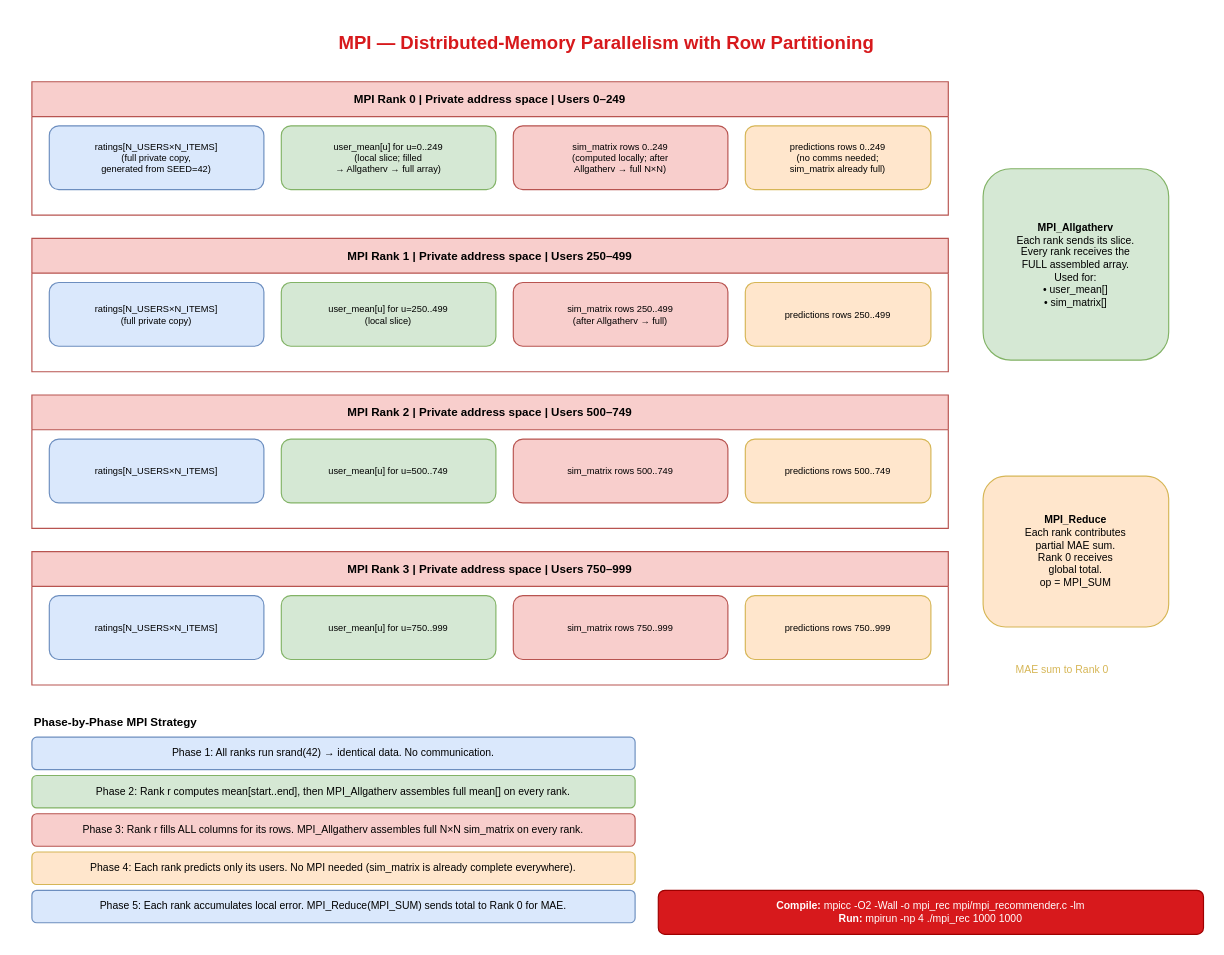
Before: analysis_diagrams/drawio/diagram_04_mpi.drawio in Ashfaq-Riyaldeen/hpc-mine, a draw.io diagram. Source tidied: cells renumbered, new cells numbered last; positions are measured from the earlier drawing's top-left corner, leaving out a move shared by most shapes. Both pictures are drawn from the tidied source at 116%, with x=0, y=0 at pixel (31, 23).
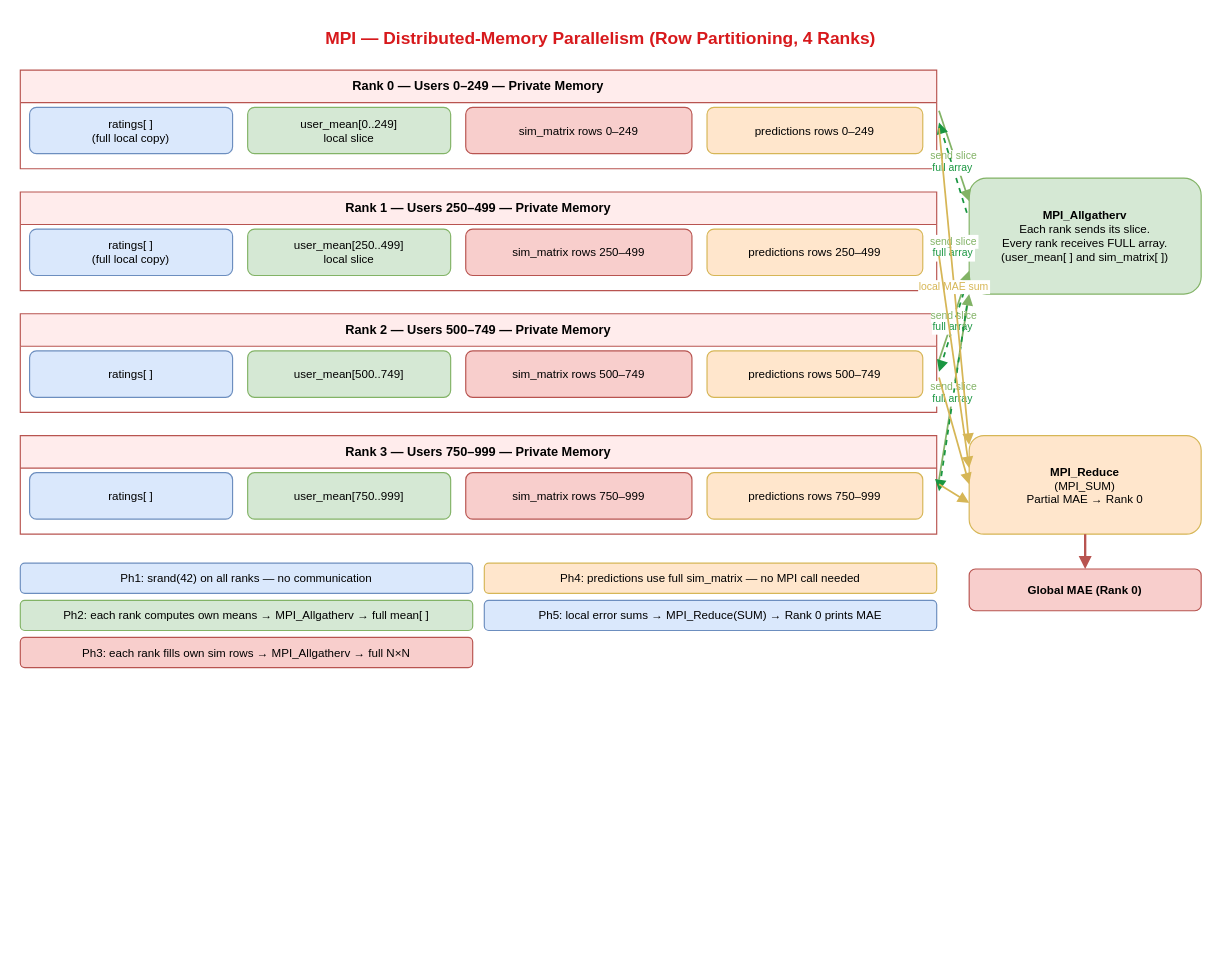
The same page after the edit.

What changed in the source:
```diff
@@
-    <mxCell id="2" value="MPI — Distributed-Memory Parallelism with Row Partitioning" style="text;html=1;strokeColor=none;fillColor=none;align=center;fontStyle=1;fontSize=16;fontColor=#d7191c;" parent="1" vertex="1">
-      <mxGeometry x="120" width="750" height="35" as="geometry" />
-    </mxCell>
-    <mxCell id="3" value="&lt;b&gt;MPI Rank 0  |  Private address space  |  Users 0–249&lt;/b&gt;" style="swimlane;startSize=30;whiteSpace=wrap;html=1;fillColor=#f8cecc;strokeColor=#b85450;fontSize=10;fontStyle=1;" parent="1" vertex="1">
-      <mxGeometry y="50" width="790" height="115" as="geometry" />
-    </mxCell>
-    <mxCell id="4" value="ratings[N_USERS×N_ITEMS]&lt;br&gt;(full private copy,&lt;br&gt;generated from SEED=42)" style="rounded=1;whiteSpace=wrap;html=1;fillColor=#dae8fc;strokeColor=#6c8ebf;fontSize=8;" parent="3" vertex="1">
-      <mxGeometry x="15" y="38" width="185" height="55" as="geometry" />
-    </mxCell>
-    <mxCell id="5" value="user_mean[u] for u=0..249&lt;br&gt;(local slice; filled&lt;br&gt;→ Allgatherv → full array)" style="rounded=1;whiteSpace=wrap;html=1;fillColor=#d5e8d4;strokeColor=#82b366;fontSize=8;" parent="3" vertex="1">
-      <mxGeometry x="215" y="38" width="185" height="55" as="geometry" />
-    </mxCell>
-    <mxCell id="6" value="sim_matrix rows 0..249&lt;br&gt;(computed locally; after&lt;br&gt;Allgatherv → full N×N)" style="rounded=1;whiteSpace=wrap;html=1;fillColor=#f8cecc;strokeColor=#b85450;fontSize=8;" parent="3" vertex="1">
-      <mxGeometry x="415" y="38" width="185" height="55" as="geometry" />
-    </mxCell>
-    <mxCell id="7" value="predictions rows 0..249&lt;br&gt;(no comms needed;&lt;br&gt;sim_matrix already full)" style="rounded=1;whiteSpace=wrap;html=1;fillColor=#ffe6cc;strokeColor=#d6b656;fontSize=8;" parent="3" vertex="1">
-      <mxGeometry x="615" y="38" width="160" height="55" as="geometry" />
-    </mxCell>
-    <mxCell id="8" value="&lt;b&gt;MPI Rank 1  |  Private address space  |  Users 250–499&lt;/b&gt;" style="swimlane;startSize=30;whiteSpace=wrap;html=1;fillColor=#f8cecc;strokeColor=#b85450;fontSize=10;fontStyle=1;" parent="1" vertex="1">
-      <mxGeometry y="185" width="790" height="115" as="geometry" />
-    </mxCell>
-    <mxCell id="9" value="ratings[N_USERS×N_ITEMS]&lt;br&gt;(full private copy)" style="rounded=1;whiteSpace=wrap;html=1;fillColor=#dae8fc;strokeColor=#6c8ebf;fontSize=8;" parent="8" vertex="1">
-      <mxGeometry x="15" y="38" width="185" height="55" as="geometry" />
-    </mxCell>
-    <mxCell id="10" value="user_mean[u] for u=250..499&lt;br&gt;(local slice)" style="rounded=1;whiteSpace=wrap;html=1;fillColor=#d5e8d4;strokeColor=#82b366;fontSize=8;" parent="8" vertex="1">
-      <mxGeometry x="215" y="38" width="185" height="55" as="geometry" />
-    </mxCell>
-    <mxCell id="11" value="sim_matrix rows 250..499&lt;br&gt;(after Allgatherv → full)" style="rounded=1;whiteSpace=wrap;html=1;fillColor=#f8cecc;strokeColor=#b85450;fontSize=8;" parent="8" vertex="1">
-      <mxGeometry x="415" y="38" width="185" height="55" as="geometry" />
-    </mxCell>
-    <mxCell id="12" value="predictions rows 250..499" style="rounded=1;whiteSpace=wrap;html=1;fillColor=#ffe6cc;strokeColor=#d6b656;fontSize=8;" parent="8" vertex="1">
-      <mxGeometry x="615" y="38" width="160" height="55" as="geometry" />
-    </mxCell>
-    <mxCell id="13" value="&lt;b&gt;MPI Rank 2  |  Private address space  |  Users 500–749&lt;/b&gt;" style="swimlane;startSize=30;whiteSpace=wrap;html=1;fillColor=#f8cecc;strokeColor=#b85450;fontSize=10;fontStyle=1;" parent="1" vertex="1">
-      <mxGeometry y="320" width="790" height="115" as="geometry" />
-    </mxCell>
-    <mxCell id="14" value="ratings[N_USERS×N_ITEMS]" style="rounded=1;whiteSpace=wrap;html=1;fillColor=#dae8fc;strokeColor=#6c8ebf;fontSize=8;" parent="13" vertex="1">
-      <mxGeometry x="15" y="38" width="185" height="55" as="geometry" />
-    </mxCell>
-    <mxCell id="15" value="user_mean[u] for u=500..749" style="rounded=1;whiteSpace=wrap;html=1;fillColor=#d5e8d4;strokeColor=#82b366;fontSize=8;" parent="13" vertex="1">
-      <mxGeometry x="215" y="38" width="185" height="55" as="geometry" />
-    </mxCell>
-    <mxCell id="16" value="sim_matrix rows 500..749" style="rounded=1;whiteSpace=wrap;html=1;fillColor=#f8cecc;strokeColor=#b85450;fontSize=8;" parent="13" vertex="1">
-      <mxGeometry x="415" y="38" width="185" height="55" as="geometry" />
-    </mxCell>
-    <mxCell id="17" value="predictions rows 500..749" style="rounded=1;whiteSpace=wrap;html=1;fillColor=#ffe6cc;strokeColor=#d6b656;fontSize=8;" parent="13" vertex="1">
-      <mxGeometry x="615" y="38" width="160" height="55" as="geometry" />
-    </mxCell>
-    <mxCell id="18" value="&lt;b&gt;MPI Rank 3  |  Private address space  |  Users 750–999&lt;/b&gt;" style="swimlane;startSize=30;whiteSpace=wrap;html=1;fillColor=#f8cecc;strokeColor=#b85450;fontSize=10;fontStyle=1;" parent="1" vertex="1">
-      <mxGeometry y="455" width="790" height="115" as="geometry" />
-    </mxCell>
-    <mxCell id="19" value="ratings[N_USERS×N_ITEMS]" style="rounded=1;whiteSpace=wrap;html=1;fillColor=#dae8fc;strokeColor=#6c8ebf;fontSize=8;" parent="18" vertex="1">
-      <mxGeometry x="15" y="38" width="185" height="55" as="geometry" />
-    </mxCell>
-    <mxCell id="20" value="user_mean[u] for u=750..999" style="rounded=1;whiteSpace=wrap;html=1;fillColor=#d5e8d4;strokeColor=#82b366;fontSize=8;" parent="18" vertex="1">
-      <mxGeometry x="215" y="38" width="185" height="55" as="geometry" />
-    </mxCell>
-    <mxCell id="21" value="sim_matrix rows 750..999" style="rounded=1;whiteSpace=wrap;html=1;fillColor=#f8cecc;strokeColor=#b85450;fontSize=8;" parent="18" vertex="1">
-      <mxGeometry x="415" y="38" width="185" height="55" as="geometry" />
-    </mxCell>
-    <mxCell id="22" value="predictions rows 750..999" style="rounded=1;whiteSpace=wrap;html=1;fillColor=#ffe6cc;strokeColor=#d6b656;fontSize=8;" parent="18" vertex="1">
-      <mxGeometry x="615" y="38" width="160" height="55" as="geometry" />
-    </mxCell>
-    <mxCell id="23" value="&lt;b&gt;MPI_Allgatherv&lt;/b&gt;&lt;br&gt;Each rank sends its slice.&lt;br&gt;Every rank receives the&lt;br&gt;FULL assembled array.&lt;br&gt;Used for:&lt;br&gt;• user_mean[]&lt;br&gt;• sim_matrix[]" style="rounded=1;whiteSpace=wrap;html=1;fillColor=#d5e8d4;strokeColor=#82b366;fontSize=9;" parent="1" vertex="1">
-      <mxGeometry x="820" y="125" width="160" height="165" as="geometry" />
-    </mxCell>
-    <mxCell id="24" value="&lt;b&gt;MPI_Reduce&lt;/b&gt;&lt;br&gt;Each rank contributes&lt;br&gt;partial MAE sum.&lt;br&gt;Rank 0 receives&lt;br&gt;global total.&lt;br&gt;op = MPI_SUM" style="rounded=1;whiteSpace=wrap;html=1;fillColor=#ffe6cc;strokeColor=#d6b656;fontSize=9;" parent="1" vertex="1">
-      <mxGeometry x="820" y="390" width="160" height="130" as="geometry" />
-    </mxCell>
-    <mxCell id="25" style="startArrow=block;startFill=1;endArrow=block;endFill=1;strokeColor=#82b366;strokeWidth=2;" parent="1" edge="1">
-      <mxGeometry x="850" y="200" as="geometry">
-        <Array as="points">
-          <mxPoint x="810" y="165" />
-          <mxPoint x="810" y="380" />
-        </Array>
-      </mxGeometry>
-    </mxCell>
-    <mxCell id="26" style="startArrow=none;endArrow=block;endFill=1;strokeColor=#d6b656;strokeWidth=2;dashed=1;" parent="1" edge="1">
-      <mxGeometry x="850" y="500" as="geometry">
-        <Array as="points">
-          <mxPoint x="810" y="515" />
-          <mxPoint x="810" y="115" />
-        </Array>
-      </mxGeometry>
-    </mxCell>
-    <mxCell id="27" value="MAE sum to Rank 0" style="text;html=1;fontSize=9;fontColor=#d6b656;align=center;" parent="1" vertex="1">
-      <mxGeometry x="815" y="545" width="145" height="20" as="geometry" />
-    </mxCell>
-    <mxCell id="28" value="&lt;b&gt;Phase-by-Phase MPI Strategy&lt;/b&gt;" style="text;html=1;fontStyle=1;fontSize=10;" parent="1" vertex="1">
-      <mxGeometry y="590" width="300" height="20" as="geometry" />
-    </mxCell>
-    <mxCell id="29" value="Phase 1: All ranks run srand(42) → identical data. No communication." style="rounded=1;whiteSpace=wrap;html=1;fillColor=#dae8fc;strokeColor=#6c8ebf;fontSize=9;" parent="1" vertex="1">
-      <mxGeometry y="615" width="520" height="28" as="geometry" />
-    </mxCell>
-    <mxCell id="30" value="Phase 2: Rank r computes mean[start..end], then MPI_Allgatherv assembles full mean[] on every rank." style="rounded=1;whiteSpace=wrap;html=1;fillColor=#d5e8d4;strokeColor=#82b366;fontSize=9;" parent="1" vertex="1">
-      <mxGeometry y="648" width="520" height="28" as="geometry" />
-    </mxCell>
-    <mxCell id="31" value="Phase 3: Rank r fills ALL columns for its rows. MPI_Allgatherv assembles full N×N sim_matrix on every rank." style="rounded=1;whiteSpace=wrap;html=1;fillColor=#f8cecc;strokeColor=#b85450;fontSize=9;" parent="1" vertex="1">
-      <mxGeometry y="681" width="520" height="28" as="geometry" />
-    </mxCell>
-    <mxCell id="32" value="Phase 4: Each rank predicts only its users. No MPI needed (sim_matrix is already complete everywhere)." style="rounded=1;whiteSpace=wrap;html=1;fillColor=#ffe6cc;strokeColor=#d6b656;fontSize=9;" parent="1" vertex="1">
-      <mxGeometry y="714" width="520" height="28" as="geometry" />
-    </mxCell>
-    <mxCell id="33" value="Phase 5: Each rank accumulates local error. MPI_Reduce(MPI_SUM) sends total to Rank 0 for MAE." style="rounded=1;whiteSpace=wrap;html=1;fillColor=#dae8fc;strokeColor=#6c8ebf;fontSize=9;" parent="1" vertex="1">
-      <mxGeometry y="747" width="520" height="28" as="geometry" />
-    </mxCell>
-    <mxCell id="34" value="&lt;b&gt;Compile:&lt;/b&gt;  mpicc -O2 -Wall -o mpi_rec mpi/mpi_recommender.c -lm&lt;br&gt;&lt;b&gt;Run:&lt;/b&gt;  mpirun -np 4 ./mpi_rec 1000 1000" style="rounded=1;whiteSpace=wrap;html=1;fillColor=#d7191c;strokeColor=#9e0000;fontColor=#ffffff;fontSize=9;" parent="1" vertex="1">
-      <mxGeometry x="540" y="747" width="470" height="38" as="geometry" />
-    </mxCell>
+    <mxCell id="35" value="MPI — Distributed-Memory Parallelism (Row Partitioning, 4 Ranks)" style="text;html=1;align=center;fontStyle=1;fontSize=15;fontColor=#d7191c;" parent="1" vertex="1">
+      <mxGeometry x="90" y="-3" width="800" height="30" as="geometry" />
+    </mxCell>
+    <mxCell id="36" value="Rank 0 — Users 0–249 — Private Memory" style="swimlane;startSize=28;whiteSpace=wrap;html=1;fillColor=#ffecec;strokeColor=#b85450;fontSize=11;fontStyle=1;" parent="1" vertex="1">
+      <mxGeometry x="-10" y="40" width="790" height="85" as="geometry" />
+    </mxCell>
+    <mxCell id="37" value="ratings[ ]&lt;br&gt;(full local copy)" style="rounded=1;whiteSpace=wrap;html=1;fillColor=#dae8fc;strokeColor=#6c8ebf;fontSize=10;" parent="36" vertex="1">
+      <mxGeometry x="8" y="32" width="175" height="40" as="geometry" />
+    </mxCell>
+    <mxCell id="38" value="user_mean[0..249]&lt;br&gt;local slice" style="rounded=1;whiteSpace=wrap;html=1;fillColor=#d5e8d4;strokeColor=#82b366;fontSize=10;" parent="36" vertex="1">
+      <mxGeometry x="196" y="32" width="175" height="40" as="geometry" />
+    </mxCell>
+    <mxCell id="39" value="sim_matrix rows 0–249" style="rounded=1;whiteSpace=wrap;html=1;fillColor=#f8cecc;strokeColor=#b85450;fontSize=10;" parent="36" vertex="1">
+      <mxGeometry x="384" y="32" width="195" height="40" as="geometry" />
+    </mxCell>
+    <mxCell id="40" value="predictions rows 0–249" style="rounded=1;whiteSpace=wrap;html=1;fillColor=#ffe6cc;strokeColor=#d6b656;fontSize=10;" parent="36" vertex="1">
+      <mxGeometry x="592" y="32" width="186" height="40" as="geometry" />
+    </mxCell>
+    <mxCell id="41" value="Rank 1 — Users 250–499 — Private Memory" style="swimlane;startSize=28;whiteSpace=wrap;html=1;fillColor=#ffecec;strokeColor=#b85450;fontSize=11;fontStyle=1;" parent="1" vertex="1">
+      <mxGeometry x="-10" y="145" width="790" height="85" as="geometry" />
+    </mxCell>
+    <mxCell id="42" value="ratings[ ]&lt;br&gt;(full local copy)" style="rounded=1;whiteSpace=wrap;html=1;fillColor=#dae8fc;strokeColor=#6c8ebf;fontSize=10;" parent="41" vertex="1">
+      <mxGeometry x="8" y="32" width="175" height="40" as="geometry" />
+    </mxCell>
+    <mxCell id="43" value="user_mean[250..499]&lt;br&gt;local slice" style="rounded=1;whiteSpace=wrap;html=1;fillColor=#d5e8d4;strokeColor=#82b366;fontSize=10;" parent="41" vertex="1">
+      <mxGeometry x="196" y="32" width="175" height="40" as="geometry" />
+    </mxCell>
+    <mxCell id="44" value="sim_matrix rows 250–499" style="rounded=1;whiteSpace=wrap;html=1;fillColor=#f8cecc;strokeColor=#b85450;fontSize=10;" parent="41" vertex="1">
+      <mxGeometry x="384" y="32" width="195" height="40" as="geometry" />
+    </mxCell>
+    <mxCell id="45" value="predictions rows 250–499" style="rounded=1;whiteSpace=wrap;html=1;fillColor=#ffe6cc;strokeColor=#d6b656;fontSize=10;" parent="41" vertex="1">
+      <mxGeometry x="592" y="32" width="186" height="40" as="geometry" />
+    </mxCell>
+    <mxCell id="46" value="Rank 2 — Users 500–749 — Private Memory" style="swimlane;startSize=28;whiteSpace=wrap;html=1;fillColor=#ffecec;strokeColor=#b85450;fontSize=11;fontStyle=1;" parent="1" vertex="1">
+      <mxGeometry x="-10" y="250" width="790" height="85" as="geometry" />
+    </mxCell>
+    <mxCell id="47" value="ratings[ ]" style="rounded=1;whiteSpace=wrap;html=1;fillColor=#dae8fc;strokeColor=#6c8ebf;fontSize=10;" parent="46" vertex="1">
+      <mxGeometry x="8" y="32" width="175" height="40" as="geometry" />
+    </mxCell>
+    <mxCell id="48" value="user_mean[500..749]" style="rounded=1;whiteSpace=wrap;html=1;fillColor=#d5e8d4;strokeColor=#82b366;fontSize=10;" parent="46" vertex="1">
+      <mxGeometry x="196" y="32" width="175" height="40" as="geometry" />
+    </mxCell>
+    <mxCell id="49" value="sim_matrix rows 500–749" style="rounded=1;whiteSpace=wrap;html=1;fillColor=#f8cecc;strokeColor=#b85450;fontSize=10;" parent="46" vertex="1">
+      <mxGeometry x="384" y="32" width="195" height="40" as="geometry" />
+    </mxCell>
+    <mxCell id="50" value="predictions rows 500–749" style="rounded=1;whiteSpace=wrap;html=1;fillColor=#ffe6cc;strokeColor=#d6b656;fontSize=10;" parent="46" vertex="1">
+      <mxGeometry x="592" y="32" width="186" height="40" as="geometry" />
+    </mxCell>
+    <mxCell id="51" value="Rank 3 — Users 750–999 — Private Memory" style="swimlane;startSize=28;whiteSpace=wrap;html=1;fillColor=#ffecec;strokeColor=#b85450;fontSize=11;fontStyle=1;" parent="1" vertex="1">
+      <mxGeometry x="-10" y="355" width="790" height="85" as="geometry" />
+    </mxCell>
+    <mxCell id="52" value="ratings[ ]" style="rounded=1;whiteSpace=wrap;html=1;fillColor=#dae8fc;strokeColor=#6c8ebf;fontSize=10;" parent="51" vertex="1">
+      <mxGeometry x="8" y="32" width="175" height="40" as="geometry" />
+    </mxCell>
+    <mxCell id="53" value="user_mean[750..999]" style="rounded=1;whiteSpace=wrap;html=1;fillColor=#d5e8d4;strokeColor=#82b366;fontSize=10;" parent="51" vertex="1">
+      <mxGeometry x="196" y="32" width="175" height="40" as="geometry" />
+    </mxCell>
+    <mxCell id="54" value="sim_matrix rows 750–999" style="rounded=1;whiteSpace=wrap;html=1;fillColor=#f8cecc;strokeColor=#b85450;fontSize=10;" parent="51" vertex="1">
+      <mxGeometry x="384" y="32" width="195" height="40" as="geometry" />
+    </mxCell>
+    <mxCell id="55" value="predictions rows 750–999" style="rounded=1;whiteSpace=wrap;html=1;fillColor=#ffe6cc;strokeColor=#d6b656;fontSize=10;" parent="51" vertex="1">
+      <mxGeometry x="592" y="32" width="186" height="40" as="geometry" />
+    </mxCell>
+    <mxCell id="56" value="&lt;b&gt;MPI_Allgatherv&lt;/b&gt;&lt;br&gt;Each rank sends its slice.&lt;br&gt;Every rank receives FULL array.&lt;br&gt;(user_mean[ ] and sim_matrix[ ])" style="rounded=1;whiteSpace=wrap;html=1;fillColor=#d5e8d4;strokeColor=#82b366;fontSize=10;" parent="1" vertex="1">
+      <mxGeometry x="808" y="133" width="200" height="100" as="geometry" />
+    </mxCell>
+    <mxCell id="57" value="&lt;b&gt;MPI_Reduce&lt;/b&gt;&lt;br&gt;(MPI_SUM)&lt;br&gt;Partial MAE → Rank 0" style="rounded=1;whiteSpace=wrap;html=1;fillColor=#ffe6cc;strokeColor=#d6b656;fontSize=10;" parent="1" vertex="1">
+      <mxGeometry x="808" y="355" width="200" height="85" as="geometry" />
+    </mxCell>
+    <mxCell id="58" value="send slice" style="startArrow=none;endArrow=block;endFill=1;strokeWidth=1.5;strokeColor=#82b366;fontSize=9;fontColor=#82b366;align=center;" parent="1" edge="1">
+      <mxGeometry relative="1" as="geometry">
+        <mxPoint x="782" y="75" as="sourcePoint" />
+        <mxPoint x="808" y="153" as="targetPoint" />
+      </mxGeometry>
+    </mxCell>
+    <mxCell id="59" value="full array" style="startArrow=none;endArrow=block;endFill=1;strokeWidth=1.5;strokeColor=#1a9641;strokeDashArray=6 3;dashed=1;fontSize=9;fontColor=#1a9641;align=center;" parent="1" edge="1">
+      <mxGeometry relative="1" as="geometry">
+        <mxPoint x="806" y="163" as="sourcePoint" />
+        <mxPoint x="782" y="85" as="targetPoint" />
+      </mxGeometry>
+    </mxCell>
+    <mxCell id="60" value="send slice" style="startArrow=none;endArrow=block;endFill=1;strokeWidth=1.5;strokeColor=#82b366;fontSize=9;fontColor=#82b366;" parent="1" edge="1">
+      <mxGeometry relative="1" as="geometry">
+        <mxPoint x="782" y="185" as="sourcePoint" />
+        <mxPoint x="808" y="190" as="targetPoint" />
+      </mxGeometry>
+    </mxCell>
+    <mxCell id="61" value="full array" style="startArrow=none;endArrow=block;endFill=1;strokeWidth=1.5;strokeColor=#1a9641;dashed=1;fontSize=9;fontColor=#1a9641;" parent="1" edge="1">
+      <mxGeometry relative="1" as="geometry">
+        <mxPoint x="806" y="200" as="sourcePoint" />
+        <mxPoint x="782" y="195" as="targetPoint" />
+      </mxGeometry>
+    </mxCell>
+    <mxCell id="62" value="send slice" style="startArrow=none;endArrow=block;endFill=1;strokeWidth=1.5;strokeColor=#82b366;fontSize=9;fontColor=#82b366;" parent="1" edge="1">
+      <mxGeometry relative="1" as="geometry">
+        <mxPoint x="782" y="290" as="sourcePoint" />
+        <mxPoint x="808" y="213" as="targetPoint" />
+      </mxGeometry>
+    </mxCell>
+    <mxCell id="63" value="full array" style="startArrow=none;endArrow=block;endFill=1;strokeWidth=1.5;strokeColor=#1a9641;dashed=1;fontSize=9;fontColor=#1a9641;" parent="1" edge="1">
+      <mxGeometry relative="1" as="geometry">
+        <mxPoint x="806" y="223" as="sourcePoint" />
+        <mxPoint x="782" y="300" as="targetPoint" />
+      </mxGeometry>
+    </mxCell>
+    <mxCell id="64" value="send slice" style="startArrow=none;endArrow=block;endFill=1;strokeWidth=1.5;strokeColor=#82b366;fontSize=9;fontColor=#82b366;" parent="1" edge="1">
+      <mxGeometry relative="1" as="geometry">
+        <mxPoint x="782" y="393" as="sourcePoint" />
+        <mxPoint x="808" y="233" as="targetPoint" />
+      </mxGeometry>
+    </mxCell>
+    <mxCell id="65" value="full array" style="startArrow=none;endArrow=block;endFill=1;strokeWidth=1.5;strokeColor=#1a9641;dashed=1;fontSize=9;fontColor=#1a9641;" parent="1" edge="1">
+      <mxGeometry relative="1" as="geometry">
+        <mxPoint x="806" y="243" as="sourcePoint" />
+        <mxPoint x="782" y="403" as="targetPoint" />
+      </mxGeometry>
+    </mxCell>
+    <mxCell id="66" value="local MAE sum" style="startArrow=none;endArrow=block;endFill=1;strokeWidth=1.5;strokeColor=#d6b656;fontSize=9;fontColor=#d6b656;" parent="1" edge="1">
+      <mxGeometry relative="1" as="geometry">
+        <mxPoint x="782" y="90" as="sourcePoint" />
+        <mxPoint x="808" y="363" as="targetPoint" />
+      </mxGeometry>
+    </mxCell>
+    <mxCell id="67" style="startArrow=none;endArrow=block;endFill=1;strokeWidth=1.5;strokeColor=#d6b656;" parent="1" edge="1">
+      <mxGeometry relative="1" as="geometry">
+        <mxPoint x="782" y="200" as="sourcePoint" />
+        <mxPoint x="808" y="383" as="targetPoint" />
+      </mxGeometry>
+    </mxCell>
+    <mxCell id="68" style="startArrow=none;endArrow=block;endFill=1;strokeWidth=1.5;strokeColor=#d6b656;" parent="1" edge="1">
+      <mxGeometry relative="1" as="geometry">
+        <mxPoint x="782" y="305" as="sourcePoint" />
+        <mxPoint x="808" y="397" as="targetPoint" />
+      </mxGeometry>
+    </mxCell>
+    <mxCell id="69" style="startArrow=none;endArrow=block;endFill=1;strokeWidth=1.5;strokeColor=#d6b656;" parent="1" edge="1">
+      <mxGeometry relative="1" as="geometry">
+        <mxPoint x="782" y="397" as="sourcePoint" />
+        <mxPoint x="808" y="413" as="targetPoint" />
+      </mxGeometry>
+    </mxCell>
+    <mxCell id="70" value="Global MAE (Rank 0)" style="rounded=1;whiteSpace=wrap;html=1;fillColor=#f8cecc;strokeColor=#b85450;fontSize=10;fontStyle=1;" parent="1" vertex="1">
+      <mxGeometry x="808" y="470" width="200" height="36" as="geometry" />
+    </mxCell>
+    <mxCell id="71" style="endArrow=block;endFill=1;strokeWidth=2;strokeColor=#b85450;" parent="1" edge="1" source="57" target="70">
+      <mxGeometry relative="1" as="geometry" />
+    </mxCell>
+    <mxCell id="72" value="Ph1: srand(42) on all ranks — no communication" style="rounded=1;whiteSpace=wrap;html=1;fillColor=#dae8fc;strokeColor=#6c8ebf;fontSize=10;" parent="1" vertex="1">
+      <mxGeometry x="-10" y="465" width="390" height="26" as="geometry" />
+    </mxCell>
+    <mxCell id="73" value="Ph2: each rank computes own means → MPI_Allgatherv → full mean[ ]" style="rounded=1;whiteSpace=wrap;html=1;fillColor=#d5e8d4;strokeColor=#82b366;fontSize=10;" parent="1" vertex="1">
+      <mxGeometry x="-10" y="497" width="390" height="26" as="geometry" />
+    </mxCell>
+    <mxCell id="74" value="Ph3: each rank fills own sim rows → MPI_Allgatherv → full N×N" style="rounded=1;whiteSpace=wrap;html=1;fillColor=#f8cecc;strokeColor=#b85450;fontSize=10;" parent="1" vertex="1">
+      <mxGeometry x="-10" y="529" width="390" height="26" as="geometry" />
+    </mxCell>
+    <mxCell id="75" value="Ph4: predictions use full sim_matrix — no MPI call needed" style="rounded=1;whiteSpace=wrap;html=1;fillColor=#ffe6cc;strokeColor=#d6b656;fontSize=10;" parent="1" vertex="1">
+      <mxGeometry x="390" y="465" width="390" height="26" as="geometry" />
+    </mxCell>
+    <mxCell id="76" value="Ph5: local error sums → MPI_Reduce(SUM) → Rank 0 prints MAE" style="rounded=1;whiteSpace=wrap;html=1;fillColor=#dae8fc;strokeColor=#6c8ebf;fontSize=10;" parent="1" vertex="1">
+      <mxGeometry x="390" y="497" width="390" height="26" as="geometry" />
+    </mxCell>
```
